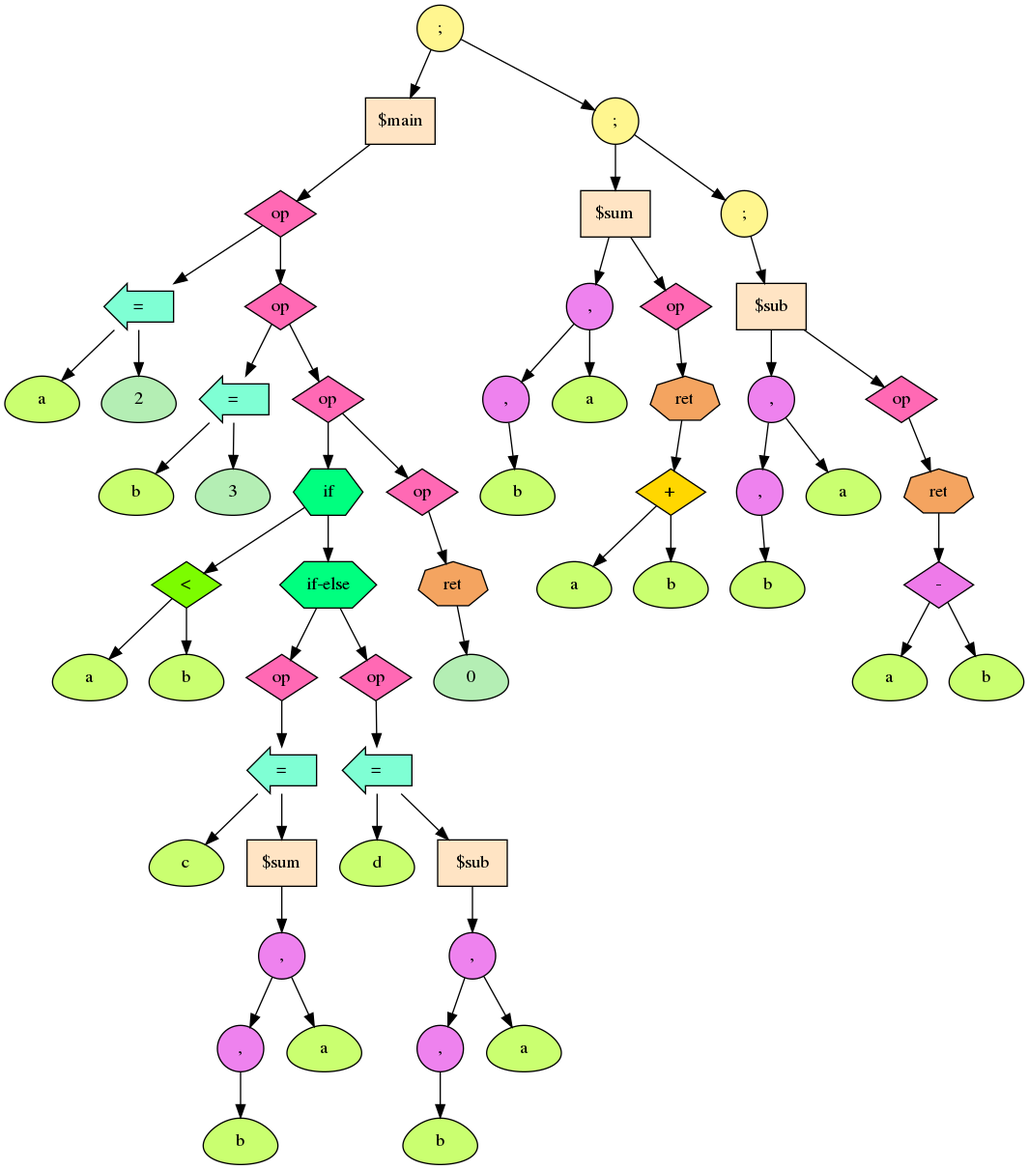
Before: my_dot/temp.png, a diagram exported from Graphviz (BiscuitsLayer/9_MyLanguage). Its source is kept beside it as my_dot/temp.dot.
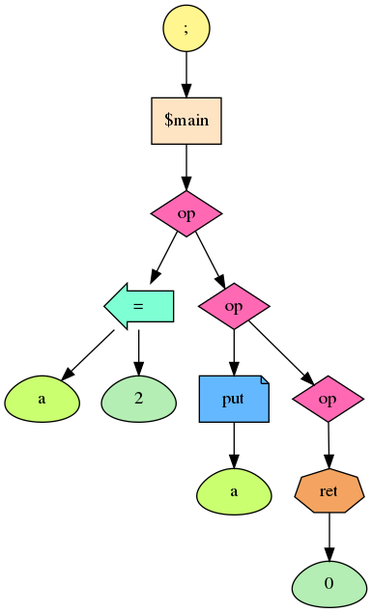
After the change.

Diff of the diagram source:
```diff
@@ -1,192 +1,40 @@
 digraph G {
 fontsize = 50
-94215492516816[label = ";", style = "filled", fillcolor = "khaki1", shape = "circle"]
-94215492516944[label = "$main", style = "filled", fillcolor = "bisque", shape = "box"]
-94215492516816 -> 94215492516944
-94215492516944[label = "$main", style = "filled", fillcolor = "bisque", shape = "box"]
-94215492517200[label = "op", style = "filled", fillcolor = "hotpink", shape = "diamond"]
-94215492516944 -> 94215492517200
-94215492517200[label = "op", style = "filled", fillcolor = "hotpink", shape = "diamond"]
-94215492517328[label = "=", style = "filled", fillcolor = "aquamarine", shape = "larrow"]
-94215492517200 -> 94215492517328
-94215492517328[label = "=", style = "filled", fillcolor = "aquamarine", shape = "larrow"]
-94215492517392[label = "a", style = "filled", fillcolor = "darkolivegreen1", shape = "egg"]
-94215492517328 -> 94215492517392
-94215492517392[label = "a", style = "filled", fillcolor = "darkolivegreen1", shape = "egg"]
-94215492517328[label = "=", style = "filled", fillcolor = "aquamarine", shape = "larrow"]
-94215492517648[label = "2", style = "filled", fillcolor = "darkseagreen2", shape = "egg"]
-94215492517328 -> 94215492517648
-94215492517648[label = "2", style = "filled", fillcolor = "darkseagreen2", shape = "egg"]
-94215492517200[label = "op", style = "filled", fillcolor = "hotpink", shape = "diamond"]
-94215492517776[label = "op", style = "filled", fillcolor = "hotpink", shape = "diamond"]
-94215492517200 -> 94215492517776
-94215492517776[label = "op", style = "filled", fillcolor = "hotpink", shape = "diamond"]
-94215492517904[label = "=", style = "filled", fillcolor = "aquamarine", shape = "larrow"]
-94215492517776 -> 94215492517904
-94215492517904[label = "=", style = "filled", fillcolor = "aquamarine", shape = "larrow"]
-94215492517968[label = "b", style = "filled", fillcolor = "darkolivegreen1", shape = "egg"]
-94215492517904 -> 94215492517968
-94215492517968[label = "b", style = "filled", fillcolor = "darkolivegreen1", shape = "egg"]
-94215492517904[label = "=", style = "filled", fillcolor = "aquamarine", shape = "larrow"]
-94215492518224[label = "3", style = "filled", fillcolor = "darkseagreen2", shape = "egg"]
-94215492517904 -> 94215492518224
-94215492518224[label = "3", style = "filled", fillcolor = "darkseagreen2", shape = "egg"]
-94215492517776[label = "op", style = "filled", fillcolor = "hotpink", shape = "diamond"]
-94215492518352[label = "op", style = "filled", fillcolor = "hotpink", shape = "diamond"]
-94215492517776 -> 94215492518352
-94215492518352[label = "op", style = "filled", fillcolor = "hotpink", shape = "diamond"]
-94215492518480[label = "if", style = "filled", fillcolor = "springgreen", shape = "hexagon"]
-94215492518352 -> 94215492518480
-94215492518480[label = "if", style = "filled", fillcolor = "springgreen", shape = "hexagon"]
-94215492518608[label = "<", style = "filled", fillcolor = "lawngreen", shape = "diamond"]
-94215492518480 -> 94215492518608
-94215492518608[label = "<", style = "filled", fillcolor = "lawngreen", shape = "diamond"]
-94215492518928[label = "a", style = "filled", fillcolor = "darkolivegreen1", shape = "egg"]
-94215492518608 -> 94215492518928
-94215492518928[label = "a", style = "filled", fillcolor = "darkolivegreen1", shape = "egg"]
-94215492518608[label = "<", style = "filled", fillcolor = "lawngreen", shape = "diamond"]
-94215492519248[label = "b", style = "filled", fillcolor = "darkolivegreen1", shape = "egg"]
-94215492518608 -> 94215492519248
-94215492519248[label = "b", style = "filled", fillcolor = "darkolivegreen1", shape = "egg"]
-94215492518480[label = "if", style = "filled", fillcolor = "springgreen", shape = "hexagon"]
-94215492519312[label = "if-else", style = "filled", fillcolor = "springgreen", shape = "hexagon"]
-94215492518480 -> 94215492519312
-94215492519312[label = "if-else", style = "filled", fillcolor = "springgreen", shape = "hexagon"]
-94215492519440[label = "op", style = "filled", fillcolor = "hotpink", shape = "diamond"]
-94215492519312 -> 94215492519440
-94215492519440[label = "op", style = "filled", fillcolor = "hotpink", shape = "diamond"]
-94215492519568[label = "=", style = "filled", fillcolor = "aquamarine", shape = "larrow"]
-94215492519440 -> 94215492519568
-94215492519568[label = "=", style = "filled", fillcolor = "aquamarine", shape = "larrow"]
-94215492519632[label = "c", style = "filled", fillcolor = "darkolivegreen1", shape = "egg"]
-94215492519568 -> 94215492519632
-94215492519632[label = "c", style = "filled", fillcolor = "darkolivegreen1", shape = "egg"]
-94215492519568[label = "=", style = "filled", fillcolor = "aquamarine", shape = "larrow"]
-94215492519696[label = "$sum", style = "filled", fillcolor = "bisque", shape = "box"]
-94215492519568 -> 94215492519696
-94215492519696[label = "$sum", style = "filled", fillcolor = "bisque", shape = "box"]
-94215492519888[label = ",", style = "filled", fillcolor = "violet", shape = "circle"]
-94215492519696 -> 94215492519888
-94215492519888[label = ",", style = "filled", fillcolor = "violet", shape = "circle"]
-94215492520208[label = ",", style = "filled", fillcolor = "violet", shape = "circle"]
-94215492519888 -> 94215492520208
-94215492520208[label = ",", style = "filled", fillcolor = "violet", shape = "circle"]
-94215492520464[label = "b", style = "filled", fillcolor = "darkolivegreen1", shape = "egg"]
-94215492520208 -> 94215492520464
-94215492520464[label = "b", style = "filled", fillcolor = "darkolivegreen1", shape = "egg"]
-94215492519888[label = ",", style = "filled", fillcolor = "violet", shape = "circle"]
-94215492520144[label = "a", style = "filled", fillcolor = "darkolivegreen1", shape = "egg"]
-94215492519888 -> 94215492520144
-94215492520144[label = "a", style = "filled", fillcolor = "darkolivegreen1", shape = "egg"]
-94215492519312[label = "if-else", style = "filled", fillcolor = "springgreen", shape = "hexagon"]
-94215492520592[label = "op", style = "filled", fillcolor = "hotpink", shape = "diamond"]
-94215492519312 -> 94215492520592
-94215492520592[label = "op", style = "filled", fillcolor = "hotpink", shape = "diamond"]
-94215492520720[label = "=", style = "filled", fillcolor = "aquamarine", shape = "larrow"]
-94215492520592 -> 94215492520720
-94215492520720[label = "=", style = "filled", fillcolor = "aquamarine", shape = "larrow"]
-94215492520784[label = "d", style = "filled", fillcolor = "darkolivegreen1", shape = "egg"]
-94215492520720 -> 94215492520784
-94215492520784[label = "d", style = "filled", fillcolor = "darkolivegreen1", shape = "egg"]
-94215492520720[label = "=", style = "filled", fillcolor = "aquamarine", shape = "larrow"]
-94215492520848[label = "$sub", style = "filled", fillcolor = "bisque", shape = "box"]
-94215492520720 -> 94215492520848
-94215492520848[label = "$sub", style = "filled", fillcolor = "bisque", shape = "box"]
-94215492527408[label = ",", style = "filled", fillcolor = "violet", shape = "circle"]
-94215492520848 -> 94215492527408
-94215492527408[label = ",", style = "filled", fillcolor = "violet", shape = "circle"]
-94215492527728[label = ",", style = "filled", fillcolor = "violet", shape = "circle"]
-94215492527408 -> 94215492527728
-94215492527728[label = ",", style = "filled", fillcolor = "violet", shape = "circle"]
-94215492527984[label = "b", style = "filled", fillcolor = "darkolivegreen1", shape = "egg"]
-94215492527728 -> 94215492527984
-94215492527984[label = "b", style = "filled", fillcolor = "darkolivegreen1", shape = "egg"]
-94215492527408[label = ",", style = "filled", fillcolor = "violet", shape = "circle"]
-94215492527664[label = "a", style = "filled", fillcolor = "darkolivegreen1", shape = "egg"]
-94215492527408 -> 94215492527664
-94215492527664[label = "a", style = "filled", fillcolor = "darkolivegreen1", shape = "egg"]
-94215492518352[label = "op", style = "filled", fillcolor = "hotpink", shape = "diamond"]
-94215492528112[label = "op", style = "filled", fillcolor = "hotpink", shape = "diamond"]
-94215492518352 -> 94215492528112
-94215492528112[label = "op", style = "filled", fillcolor = "hotpink", shape = "diamond"]
-94215492528240[label = "ret", style = "filled", fillcolor = "sandybrown", shape = "septagon"]
-94215492528112 -> 94215492528240
-94215492528240[label = "ret", style = "filled", fillcolor = "sandybrown", shape = "septagon"]
-94215492528496[label = "0", style = "filled", fillcolor = "darkseagreen2", shape = "egg"]
-94215492528240 -> 94215492528496
-94215492528496[label = "0", style = "filled", fillcolor = "darkseagreen2", shape = "egg"]
-94215492516816[label = ";", style = "filled", fillcolor = "khaki1", shape = "circle"]
-94215492528560[label = ";", style = "filled", fillcolor = "khaki1", shape = "circle"]
-94215492516816 -> 94215492528560
-94215492528560[label = ";", style = "filled", fillcolor = "khaki1", shape = "circle"]
-94215492528688[label = "$sum", style = "filled", fillcolor = "bisque", shape = "box"]
-94215492528560 -> 94215492528688
-94215492528688[label = "$sum", style = "filled", fillcolor = "bisque", shape = "box"]
-94215492528880[label = ",", style = "filled", fillcolor = "violet", shape = "circle"]
-94215492528688 -> 94215492528880
-94215492528880[label = ",", style = "filled", fillcolor = "violet", shape = "circle"]
-94215492529072[label = ",", style = "filled", fillcolor = "violet", shape = "circle"]
-94215492528880 -> 94215492529072
-94215492529072[label = ",", style = "filled", fillcolor = "violet", shape = "circle"]
-94215492529200[label = "b", style = "filled", fillcolor = "darkolivegreen1", shape = "egg"]
-94215492529072 -> 94215492529200
-94215492529200[label = "b", style = "filled", fillcolor = "darkolivegreen1", shape = "egg"]
-94215492528880[label = ",", style = "filled", fillcolor = "violet", shape = "circle"]
-94215492529008[label = "a", style = "filled", fillcolor = "darkolivegreen1", shape = "egg"]
-94215492528880 -> 94215492529008
-94215492529008[label = "a", style = "filled", fillcolor = "darkolivegreen1", shape = "egg"]
-94215492528688[label = "$sum", style = "filled", fillcolor = "bisque", shape = "box"]
-94215492529328[label = "op", style = "filled", fillcolor = "hotpink", shape = "diamond"]
-94215492528688 -> 94215492529328
-94215492529328[label = "op", style = "filled", fillcolor = "hotpink", shape = "diamond"]
-94215492529456[label = "ret", style = "filled", fillcolor = "sandybrown", shape = "septagon"]
-94215492529328 -> 94215492529456
-94215492529456[label = "ret", style = "filled", fillcolor = "sandybrown", shape = "septagon"]
-94215492529712[label = "+", style = "filled", fillcolor = "gold", shape = "diamond"]
-94215492529456 -> 94215492529712
-94215492529712[label = "+", style = "filled", fillcolor = "gold", shape = "diamond"]
-94215492529904[label = "a", style = "filled", fillcolor = "darkolivegreen1", shape = "egg"]
-94215492529712 -> 94215492529904
-94215492529904[label = "a", style = "filled", fillcolor = "darkolivegreen1", shape = "egg"]
-94215492529712[label = "+", style = "filled", fillcolor = "gold", shape = "diamond"]
-94215492530096[label = "b", style = "filled", fillcolor = "darkolivegreen1", shape = "egg"]
-94215492529712 -> 94215492530096
-94215492530096[label = "b", style = "filled", fillcolor = "darkolivegreen1", shape = "egg"]
-94215492528560[label = ";", style = "filled", fillcolor = "khaki1", shape = "circle"]
-94215492530160[label = ";", style = "filled", fillcolor = "khaki1", shape = "circle"]
-94215492528560 -> 94215492530160
-94215492530160[label = ";", style = "filled", fillcolor = "khaki1", shape = "circle"]
-94215492530288[label = "$sub", style = "filled", fillcolor = "bisque", shape = "box"]
-94215492530160 -> 94215492530288
-94215492530288[label = "$sub", style = "filled", fillcolor = "bisque", shape = "box"]
-94215492530480[label = ",", style = "filled", fillcolor = "violet", shape = "circle"]
-94215492530288 -> 94215492530480
-94215492530480[label = ",", style = "filled", fillcolor = "violet", shape = "circle"]
-94215492530672[label = ",", style = "filled", fillcolor = "violet", shape = "circle"]
-94215492530480 -> 94215492530672
-94215492530672[label = ",", style = "filled", fillcolor = "violet", shape = "circle"]
-94215492530800[label = "b", style = "filled", fillcolor = "darkolivegreen1", shape = "egg"]
-94215492530672 -> 94215492530800
-94215492530800[label = "b", style = "filled", fillcolor = "darkolivegreen1", shape = "egg"]
-94215492530480[label = ",", style = "filled", fillcolor = "violet", shape = "circle"]
-94215492530608[label = "a", style = "filled", fillcolor = "darkolivegreen1", shape = "egg"]
-94215492530480 -> 94215492530608
-94215492530608[label = "a", style = "filled", fillcolor = "darkolivegreen1", shape = "egg"]
-94215492530288[label = "$sub", style = "filled", fillcolor = "bisque", shape = "box"]
-94215492530928[label = "op", style = "filled", fillcolor = "hotpink", shape = "diamond"]
-94215492530288 -> 94215492530928
-94215492530928[label = "op", style = "filled", fillcolor = "hotpink", shape = "diamond"]
-94215492531056[label = "ret", style = "filled", fillcolor = "sandybrown", shape = "septagon"]
-94215492530928 -> 94215492531056
-94215492531056[label = "ret", style = "filled", fillcolor = "sandybrown", shape = "septagon"]
-94215492531312[label = "-", style = "filled", fillcolor = "orchid2", shape = "diamond"]
-94215492531056 -> 94215492531312
-94215492531312[label = "-", style = "filled", fillcolor = "orchid2", shape = "diamond"]
-94215492531504[label = "a", style = "filled", fillcolor = "darkolivegreen1", shape = "egg"]
-94215492531312 -> 94215492531504
-94215492531504[label = "a", style = "filled", fillcolor = "darkolivegreen1", shape = "egg"]
-94215492531312[label = "-", style = "filled", fillcolor = "orchid2", shape = "diamond"]
-94215492531696[label = "b", style = "filled", fillcolor = "darkolivegreen1", shape = "egg"]
-94215492531312 -> 94215492531696
-94215492531696[label = "b", style = "filled", fillcolor = "darkolivegreen1", shape = "egg"]
+94515661331200[label = ";", style = "filled", fillcolor = "khaki1", shape = "circle"]
+94515661331328[label = "$main", style = "filled", fillcolor = "bisque", shape = "box"]
+94515661331200 -> 94515661331328
+94515661331328[label = "$main", style = "filled", fillcolor = "bisque", shape = "box"]
+94515661331584[label = "op", style = "filled", fillcolor = "hotpink", shape = "diamond"]
+94515661331328 -> 94515661331584
+94515661331584[label = "op", style = "filled", fillcolor = "hotpink", shape = "diamond"]
+94515661331712[label = "=", style = "filled", fillcolor = "aquamarine", shape = "larrow"]
+94515661331584 -> 94515661331712
+94515661331712[label = "=", style = "filled", fillcolor = "aquamarine", shape = "larrow"]
+94515661331776[label = "a", style = "filled", fillcolor = "darkolivegreen1", shape = "egg"]
+94515661331712 -> 94515661331776
+94515661331776[label = "a", style = "filled", fillcolor = "darkolivegreen1", shape = "egg"]
+94515661331712[label = "=", style = "filled", fillcolor = "aquamarine", shape = "larrow"]
+94515661332032[label = "2", style = "filled", fillcolor = "darkseagreen2", shape = "egg"]
+94515661331712 -> 94515661332032
+94515661332032[label = "2", style = "filled", fillcolor = "darkseagreen2", shape = "egg"]
+94515661331584[label = "op", style = "filled", fillcolor = "hotpink", shape = "diamond"]
+94515661332160[label = "op", style = "filled", fillcolor = "hotpink", shape = "diamond"]
+94515661331584 -> 94515661332160
+94515661332160[label = "op", style = "filled", fillcolor = "hotpink", shape = "diamond"]
+94515661332288[label = "put", style = "filled", fillcolor = "steelblue1", shape = "note"]
+94515661332160 -> 94515661332288
+94515661332288[label = "put", style = "filled", fillcolor = "steelblue1", shape = "note"]
+94515661332608[label = "a", style = "filled", fillcolor = "darkolivegreen1", shape = "egg"]
+94515661332288 -> 94515661332608
+94515661332608[label = "a", style = "filled", fillcolor = "darkolivegreen1", shape = "egg"]
+94515661332160[label = "op", style = "filled", fillcolor = "hotpink", shape = "diamond"]
+94515661332736[label = "op", style = "filled", fillcolor = "hotpink", shape = "diamond"]
+94515661332160 -> 94515661332736
+94515661332736[label = "op", style = "filled", fillcolor = "hotpink", shape = "diamond"]
+94515661332864[label = "ret", style = "filled", fillcolor = "sandybrown", shape = "septagon"]
+94515661332736 -> 94515661332864
+94515661332864[label = "ret", style = "filled", fillcolor = "sandybrown", shape = "septagon"]
+94515661333120[label = "0", style = "filled", fillcolor = "darkseagreen2", shape = "egg"]
+94515661332864 -> 94515661333120
+94515661333120[label = "0", style = "filled", fillcolor = "darkseagreen2", shape = "egg"]
 }
```
